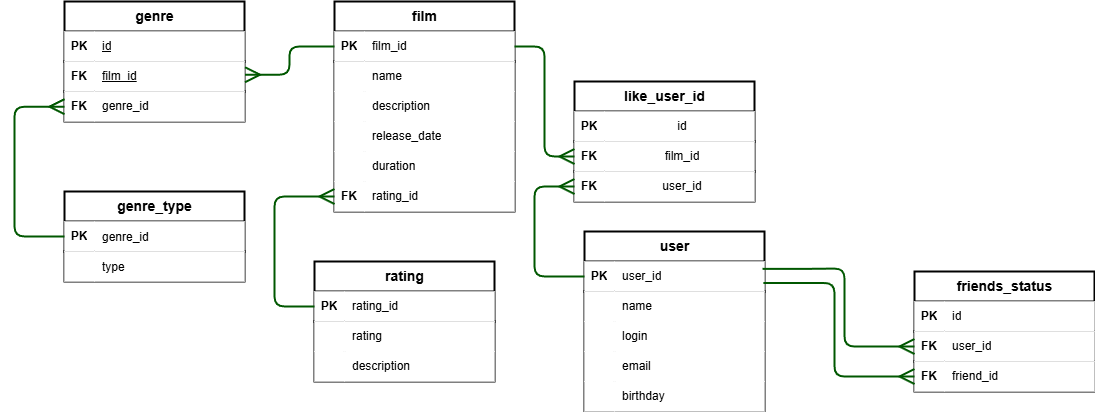
Earlier version of the draw.io export docs/ER-diagram.png (Irina-Belikova/java-filmorate). Source tidied: cells renumbered, new cells last; positions are measured from the earlier drawing's top-left corner, leaving out a move shared by most shapes.
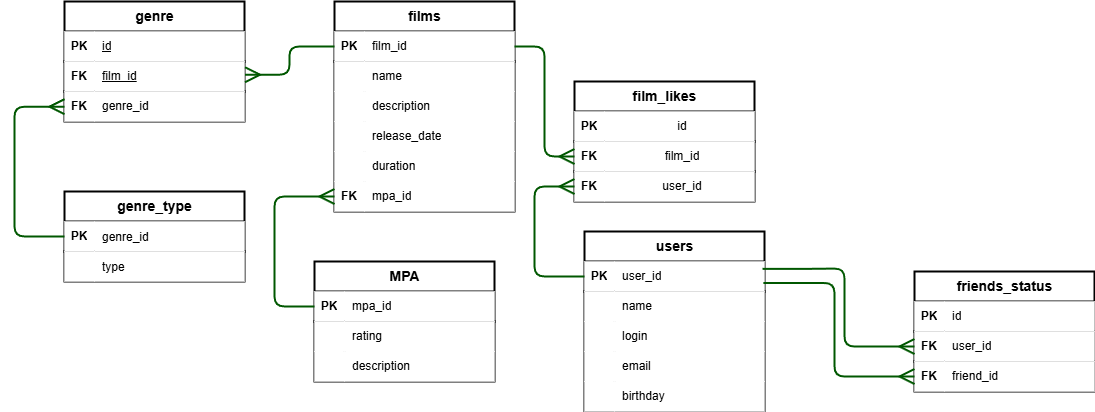
Later version of the same file.

The edit, as a diff of the source:
```diff
@@ -2,7 +2,7 @@
   <root>
     <mxCell id="0" />
     <mxCell id="1" parent="0" />
-    <mxCell id="2" value="film" style="shape=table;startSize=30;rowLines=0;align=center;html=1;fillColor=light-dark(#FFFFFF,#FFFFCC);strokeColor=light-dark(#000000,#000000);swimlaneFillColor=light-dark(#FFFFFF,#99FF99);rounded=0;swimlaneLine=1;strokeWidth=2;verticalAlign=middle;fontFamily=Helvetica;fontSize=14;fontColor=light-dark(#000000,#000000);fontStyle=1;" parent="1" vertex="1">
+    <mxCell id="2" value="films" style="shape=table;startSize=30;rowLines=0;align=center;html=1;fillColor=light-dark(#FFFFFF,#FFFFCC);strokeColor=light-dark(#000000,#000000);swimlaneFillColor=light-dark(#FFFFFF,#99FF99);rounded=0;swimlaneLine=1;strokeWidth=2;verticalAlign=middle;fontFamily=Helvetica;fontSize=14;fontColor=light-dark(#000000,#000000);fontStyle=1;" parent="1" vertex="1">
       <mxGeometry x="320" width="180" height="210" as="geometry" />
     </mxCell>
     <mxCell id="3" style="shape=tableRow;horizontal=0;startSize=0;swimlaneHead=0;swimlaneBody=0;fillColor=light-dark(#FFFFFF,#FFFFCC);points=[[0,0.5],[1,0.5]];portConstraint=eastwest;top=0;left=0;right=0;bottom=1;strokeColor=light-dark(#000000,#000000);strokeWidth=2;align=center;verticalAlign=middle;fontFamily=Helvetica;fontSize=14;fontColor=light-dark(#000000,#000000);fontStyle=1;" parent="2" vertex="1">
@@ -56,7 +56,7 @@
     <mxCell id="19" value="&lt;span&gt;FK&lt;/span&gt;" style="shape=partialRectangle;fillColor=light-dark(#FFFFFF,#FFFFCC);top=0;left=0;bottom=0;right=0;overflow=hidden;whiteSpace=wrap;html=1;strokeColor=light-dark(#000000,#000000);fontColor=light-dark(#000000,#000000);strokeWidth=2;align=center;verticalAlign=middle;fontFamily=Helvetica;fontSize=12;fontStyle=1;" parent="18" vertex="1">
       <mxGeometry width="30" height="30" as="geometry" />
     </mxCell>
-    <mxCell id="20" value="rating_id" style="shape=partialRectangle;fillColor=light-dark(#FFFFFF,#FFFFCC);top=0;left=0;bottom=0;right=0;align=left;spacingLeft=6;overflow=hidden;whiteSpace=wrap;html=1;strokeColor=light-dark(#000000,#000000);fontColor=light-dark(#000000,#000000);strokeWidth=2;verticalAlign=middle;fontFamily=Helvetica;fontSize=12;fontStyle=0;" parent="18" vertex="1">
+    <mxCell id="20" value="mpa_id" style="shape=partialRectangle;fillColor=light-dark(#FFFFFF,#FFFFCC);top=0;left=0;bottom=0;right=0;align=left;spacingLeft=6;overflow=hidden;whiteSpace=wrap;html=1;strokeColor=light-dark(#000000,#000000);fontColor=light-dark(#000000,#000000);strokeWidth=2;verticalAlign=middle;fontFamily=Helvetica;fontSize=12;fontStyle=0;" parent="18" vertex="1">
       <mxGeometry x="30" width="150" height="30" as="geometry" />
     </mxCell>
     <mxCell id="21" value="genre_type" style="shape=table;startSize=30;rowLines=0;fontStyle=1;align=center;html=1;strokeColor=light-dark(#000000,#000000);strokeWidth=2;verticalAlign=middle;fontFamily=Helvetica;fontSize=14;fontColor=light-dark(#000000,#000000);fillColor=light-dark(#FFFFFF,#FFFFCC);" parent="1" vertex="1">
@@ -121,7 +121,7 @@
     <mxCell id="39" style="endArrow=none;html=1;rounded=1;entryX=0;entryY=0.5;entryDx=0;entryDy=0;fillColor=#008a00;strokeColor=light-dark(#005700,#E05010);strokeWidth=2;align=center;verticalAlign=middle;fontFamily=Helvetica;fontSize=11;fontColor=default;labelBackgroundColor=default;endFill=0;endSize=12;edgeStyle=orthogonalEdgeStyle;exitX=0.992;exitY=0.448;exitDx=0;exitDy=0;exitPerimeter=0;startArrow=ERmany;startFill=0;startSize=12;" parent="1" edge="1" source="32" target="3">
       <mxGeometry relative="1" as="geometry" />
     </mxCell>
-    <mxCell id="40" value="rating" style="shape=table;startSize=30;rowLines=0;fontStyle=1;align=center;html=1;strokeColor=light-dark(#000000,#000000);strokeWidth=2;verticalAlign=middle;fontFamily=Helvetica;fontSize=14;fontColor=light-dark(#000000,#000000);fillColor=light-dark(#FFFFFF,#FFFFCC);" parent="1" vertex="1">
+    <mxCell id="40" value="MPA" style="shape=table;startSize=30;rowLines=0;fontStyle=1;align=center;html=1;strokeColor=light-dark(#000000,#000000);strokeWidth=2;verticalAlign=middle;fontFamily=Helvetica;fontSize=14;fontColor=light-dark(#000000,#000000);fillColor=light-dark(#FFFFFF,#FFFFCC);" parent="1" vertex="1">
       <mxGeometry x="300" y="260" width="180" height="120" as="geometry" />
     </mxCell>
     <mxCell id="41" style="shape=tableRow;horizontal=0;startSize=0;swimlaneHead=0;swimlaneBody=0;fillColor=light-dark(#FFFFFF,#FFFFCC);points=[[0,0.5],[1,0.5]];portConstraint=eastwest;top=0;left=0;right=0;bottom=1;strokeColor=light-dark(#000000,#000000);strokeWidth=2;align=center;verticalAlign=middle;fontFamily=Helvetica;fontSize=14;fontColor=light-dark(#000000,#000000);fontStyle=1;" parent="40" vertex="1">
@@ -130,7 +130,7 @@
     <mxCell id="42" value="PK" style="shape=partialRectangle;fillColor=light-dark(#FFFFFF,#FFFFCC);top=0;left=0;bottom=0;right=0;fontStyle=1;overflow=hidden;whiteSpace=wrap;html=1;strokeColor=light-dark(#000000,#000000);strokeWidth=2;align=center;verticalAlign=middle;fontFamily=Helvetica;fontSize=12;fontColor=light-dark(#000000,#000000);" parent="41" vertex="1">
       <mxGeometry width="30" height="30" as="geometry" />
     </mxCell>
-    <mxCell id="43" value="rating_id" style="shape=partialRectangle;fillColor=light-dark(#FFFFFF,#FFFFCC);top=0;left=0;bottom=0;right=0;align=left;spacingLeft=6;fontStyle=0;overflow=hidden;whiteSpace=wrap;html=1;strokeColor=light-dark(#000000,#000000);strokeWidth=2;verticalAlign=middle;fontFamily=Helvetica;fontSize=12;fontColor=light-dark(#000000,#000000);" parent="41" vertex="1">
+    <mxCell id="43" value="mpa_id" style="shape=partialRectangle;fillColor=light-dark(#FFFFFF,#FFFFCC);top=0;left=0;bottom=0;right=0;align=left;spacingLeft=6;fontStyle=0;overflow=hidden;whiteSpace=wrap;html=1;strokeColor=light-dark(#000000,#000000);strokeWidth=2;verticalAlign=middle;fontFamily=Helvetica;fontSize=12;fontColor=light-dark(#000000,#000000);" parent="41" vertex="1">
       <mxGeometry x="30" width="150" height="30" as="geometry" />
     </mxCell>
     <mxCell id="44" style="shape=tableRow;horizontal=0;startSize=0;swimlaneHead=0;swimlaneBody=0;fillColor=light-dark(#FFFFFF,#FFFFCC);top=0;left=0;right=0;bottom=0;strokeColor=light-dark(#000000,#000000);strokeWidth=2;align=center;verticalAlign=middle;fontFamily=Helvetica;fontSize=14;fontColor=light-dark(#000000,#000000);fontStyle=1;" parent="40" vertex="1">
@@ -159,7 +159,7 @@
         </Array>
       </mxGeometry>
     </mxCell>
-    <mxCell id="51" value="&lt;span&gt;like_user_id&lt;/span&gt;" style="shape=table;startSize=30;rowLines=0;fontStyle=1;align=center;html=1;labelBorderColor=none;swimlaneFillColor=default;fillStyle=auto;strokeWidth=2;perimeterSpacing=0;fontSize=14;labelBackgroundColor=none;fillColor=light-dark(#FFFFFF,#FFFFCC);gradientColor=none;strokeColor=light-dark(#000000,#000000);fontColor=light-dark(#000000,#000000);verticalAlign=middle;fontFamily=Helvetica;" parent="1" vertex="1">
+    <mxCell id="51" value="&lt;span&gt;film_likes&lt;/span&gt;" style="shape=table;startSize=30;rowLines=0;fontStyle=1;align=center;html=1;labelBorderColor=none;swimlaneFillColor=default;fillStyle=auto;strokeWidth=2;perimeterSpacing=0;fontSize=14;labelBackgroundColor=none;fillColor=light-dark(#FFFFFF,#FFFFCC);gradientColor=none;strokeColor=light-dark(#000000,#000000);fontColor=light-dark(#000000,#000000);verticalAlign=middle;fontFamily=Helvetica;" parent="1" vertex="1">
       <mxGeometry x="560" y="80" width="180" height="120" as="geometry" />
     </mxCell>
     <mxCell id="52" style="shape=tableRow;horizontal=0;startSize=0;swimlaneHead=0;swimlaneBody=0;fillColor=light-dark(#FFFFFF,#FFFFCC);top=0;left=0;right=0;bottom=1;strokeColor=light-dark(#000000,#000000);strokeWidth=2;align=center;verticalAlign=middle;fontFamily=Helvetica;fontSize=14;fontColor=light-dark(#000000,#000000);fontStyle=1;" parent="51" vertex="1">
@@ -192,7 +192,7 @@
     <mxCell id="61" style="endArrow=ERmany;html=1;rounded=1;entryX=0;entryY=0.5;entryDx=0;entryDy=0;exitX=1;exitY=0.5;exitDx=0;exitDy=0;fillColor=#008a00;strokeColor=light-dark(#005700,#E05010);strokeWidth=2;edgeStyle=orthogonalEdgeStyle;align=center;verticalAlign=middle;fontFamily=Helvetica;fontSize=11;fontColor=default;labelBackgroundColor=default;endFill=0;startFill=0;startArrow=none;endSize=12;targetPerimeterSpacing=0;startSize=12;" parent="1" edge="1" source="3" target="55">
       <mxGeometry relative="1" as="geometry" />
     </mxCell>
-    <mxCell id="62" value="user" style="shape=table;startSize=30;rowLines=0;fontStyle=1;align=center;html=1;strokeColor=light-dark(#000000,#000000);strokeWidth=2;verticalAlign=middle;fontFamily=Helvetica;fontSize=14;fontColor=light-dark(#000000,#000000);fillColor=light-dark(#FFFFFF,#FFFFCC);" parent="1" vertex="1">
+    <mxCell id="62" value="users" style="shape=table;startSize=30;rowLines=0;fontStyle=1;align=center;html=1;strokeColor=light-dark(#000000,#000000);strokeWidth=2;verticalAlign=middle;fontFamily=Helvetica;fontSize=14;fontColor=light-dark(#000000,#000000);fillColor=light-dark(#FFFFFF,#FFFFCC);" parent="1" vertex="1">
       <mxGeometry x="570" y="230" width="180" height="180" as="geometry" />
     </mxCell>
     <mxCell id="63" style="shape=tableRow;horizontal=0;startSize=0;swimlaneHead=0;swimlaneBody=0;fillColor=light-dark(#FFFFFF,#FFFFCC);points=[[0,0.5],[1,0.5]];portConstraint=eastwest;top=0;left=0;right=0;bottom=1;strokeColor=light-dark(#000000,#000000);strokeWidth=2;align=center;verticalAlign=middle;fontFamily=Helvetica;fontSize=14;fontColor=light-dark(#000000,#000000);fontStyle=1;" parent="62" vertex="1">
```
